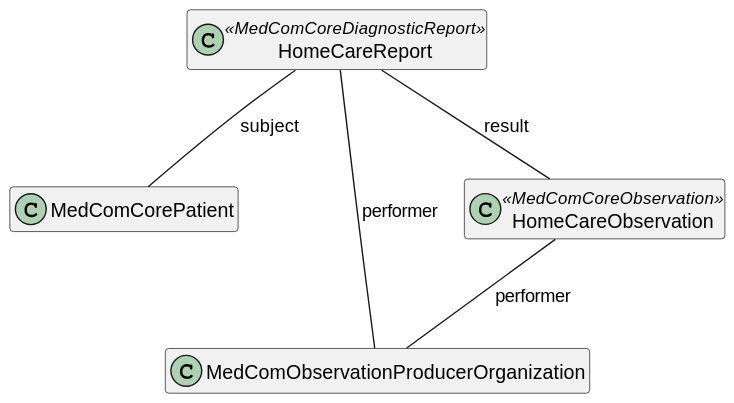
Earlier version of the PlantUML export input/images/HomeCareObservation/HomeCareObsProfile.svg (medcomdk/dk_MunicipalityObservationResults).
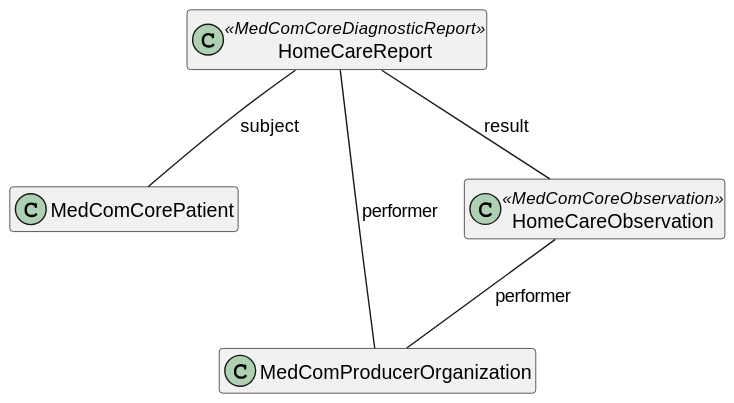
After the commit.

The edit, as a diff of the source:
```diff
@@ -3,7 +3,7 @@
 top to bottom direction
 
 class "MedComCorePatient" as patient
-class "MedComObservationProducerOrganization" as organization
+class "MedComProducerOrganization" as organization
 class "HomeCareReport" as diagnosticReport <<MedComCoreDiagnosticReport>>
 class "HomeCareObservation" as coreobservation <<MedComCoreObservation>>
 
```
